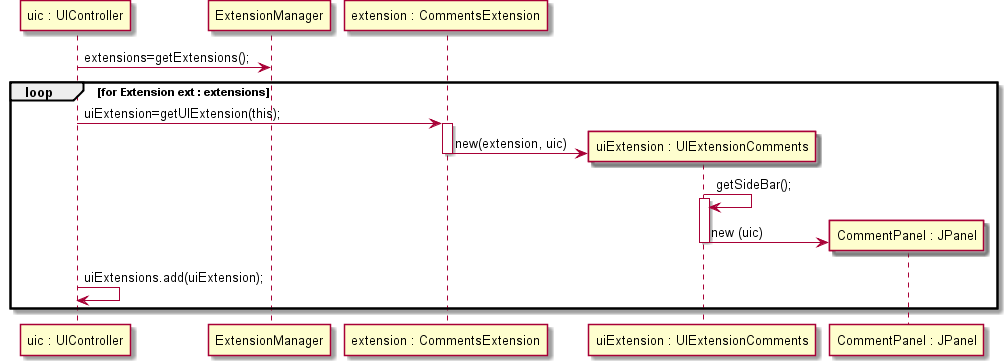
Before: src/csheets/userstories/us095/doc-files/us095_design1.png, a diagram exported from PlantUML (BeatrizSeabra/Project_Excel_Java). The source it was exported from:
```plantuml
@startuml doc-files/us095_design1.png
participant "uic : UIController" as UIC
participant ExtensionManager as ExtM
participant "extension : CommentsExtension" as EExample
participant "uiExtension : UIExtensionComments" as UIExt
participant "CommentPanel : JPanel" as cp
UIC -> ExtM : extensions=getExtensions();
loop for Extension ext : extensions
	UIC -> EExample : uiExtension=getUIExtension(this);
	activate EExample
	create UIExt
	EExample -> UIExt : new(extension, uic)
	deactivate EExample
	UIExt -> UIExt : getSideBar();
	activate UIExt
	create cp
	UIExt -> cp :  new (uic)
	deactivate UIExt
	UIC -> UIC : uiExtensions.add(uiExtension);
end
@enduml
```
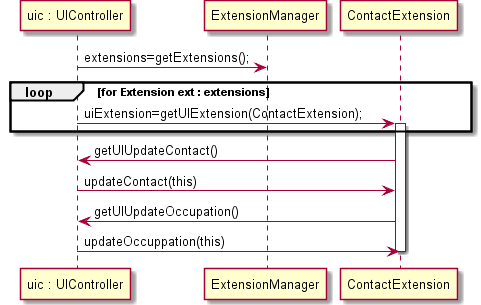
After the commit.

Diff of the diagram source:
```diff
@@ -1,21 +1,15 @@
 @startuml doc-files/us095_design1.png
 participant "uic : UIController" as UIC
 participant ExtensionManager as ExtM
-participant "extension : CommentsExtension" as EExample
-participant "uiExtension : UIExtensionComments" as UIExt
-participant "CommentPanel : JPanel" as cp
+participant "ContactExtension" as EExample
 UIC -> ExtM : extensions=getExtensions();
 loop for Extension ext : extensions
-	UIC -> EExample : uiExtension=getUIExtension(this);
+	UIC -> EExample : uiExtension=getUIExtension(ContactExtension);
+end
 	activate EExample
-	create UIExt
-	EExample -> UIExt : new(extension, uic)
+	EExample -> UIC : getUIUpdateContact()
+      UIC -> EExample: updateContact(this)
+      EExample -> UIC : getUIUpdateOccupation()
+      UIC -> EExample : updateOccuppation(this)
 	deactivate EExample
-	UIExt -> UIExt : getSideBar();
-	activate UIExt
-	create cp
-	UIExt -> cp :  new (uic)
-	deactivate UIExt
-	UIC -> UIC : uiExtensions.add(uiExtension);
-end
 @enduml
```
